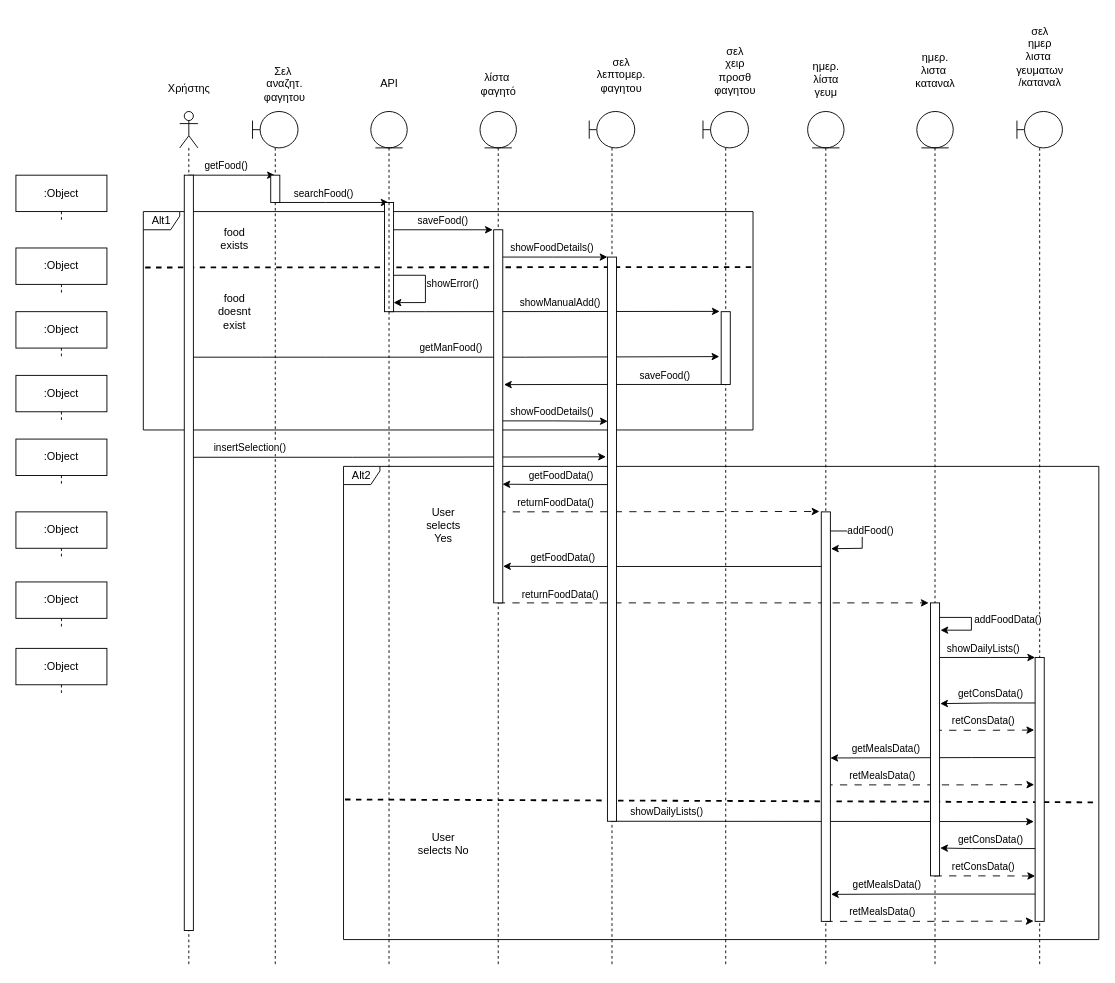
Before: ΠΕΜΠΤΟ ΠΑΡΑΔΟΤΕΟ/ΔΙΟΡΘΩΣΕΙΣ ΠΡΟΗΓΟΥΜΕΝΩΝ ΠΑΡΑΔΟΤΕΩΝ/Sequence-diagrams-v0.2/sd_αναζήτηση_προσθήκη_φαγητού.drawio in Dionkaps/Eu-Zin, a draw.io diagram. Source tidied: cells renumbered, new cells numbered last; positions are measured from the earlier drawing's top-left corner, leaving out a move shared by most shapes. Both pictures are drawn from the tidied source at 91%, with x=0, y=0 at pixel (15, 15).
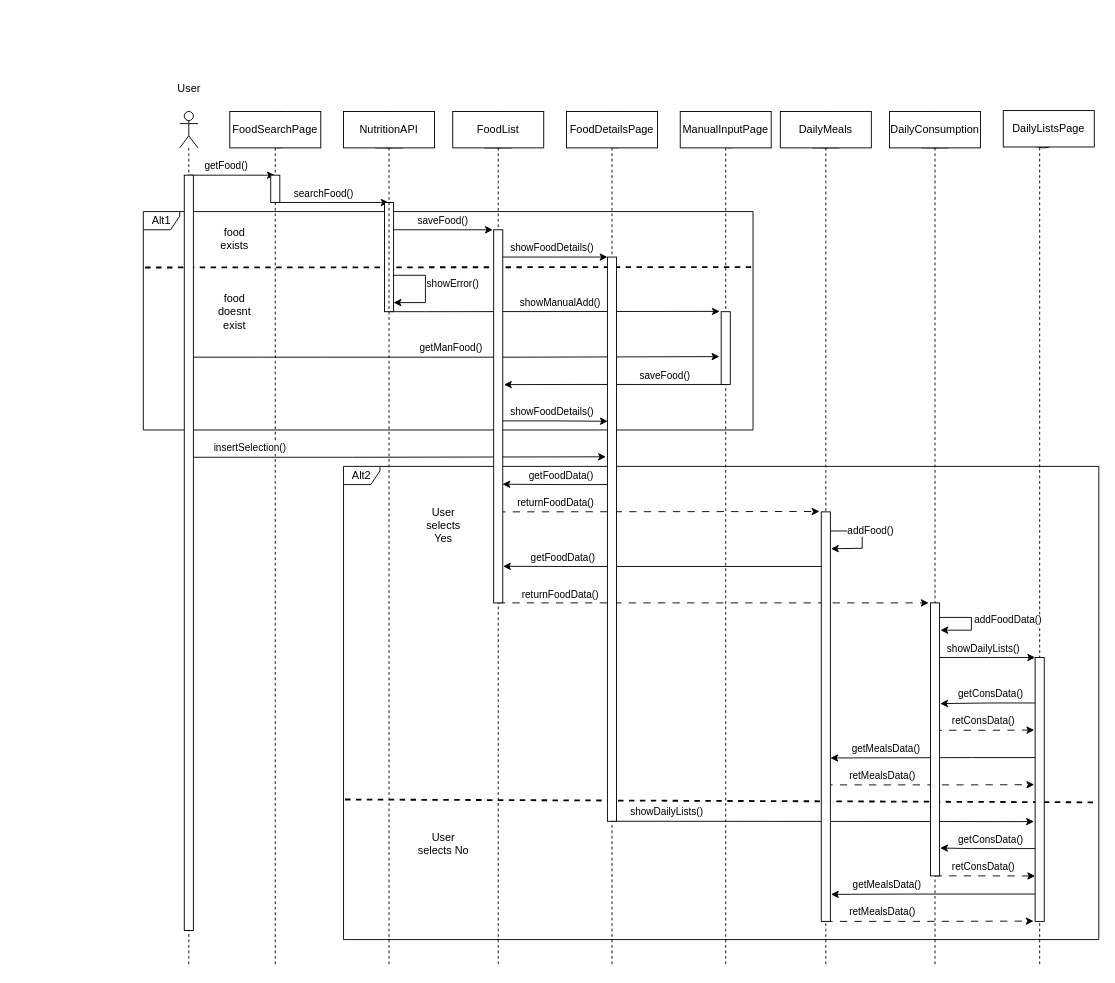
After the change.

Diff of the diagram source:
```diff
@@
-    <mxCell id="12" value="Σελ&amp;nbsp;&lt;br&gt;αναζητ.&lt;br&gt;φαγητου" style="text;html=1;align=center;verticalAlign=middle;strokeColor=none;fillColor=none;" parent="1" vertex="1">
-      <mxGeometry x="260" y="45" width="70" height="60" as="geometry" />
-    </mxCell>
-    <mxCell id="13" value="API" style="text;html=1;align=center;verticalAlign=middle;strokeColor=none;fillColor=none;" parent="1" vertex="1">
-      <mxGeometry x="390" y="60" width="40" height="30" as="geometry" />
-    </mxCell>
-    <mxCell id="14" value="λίστα&amp;nbsp;&lt;br&gt;φαγητό" style="text;html=1;align=center;verticalAlign=middle;strokeColor=none;fillColor=none;" parent="1" vertex="1">
-      <mxGeometry x="500" y="55" width="60" height="40" as="geometry" />
-    </mxCell>
-    <mxCell id="15" value="σελ&lt;br&gt;λεπτομερ.&lt;br&gt;φαγητου" style="text;html=1;align=center;verticalAlign=middle;strokeColor=none;fillColor=none;" parent="1" vertex="1">
-      <mxGeometry x="625" y="35" width="80" height="60" as="geometry" />
-    </mxCell>
-    <mxCell id="16" value="σελ&lt;br&gt;χειρ&lt;br&gt;προσθ&lt;br&gt;φαγητου" style="text;html=1;align=center;verticalAlign=middle;strokeColor=none;fillColor=none;" parent="1" vertex="1">
-      <mxGeometry x="755" y="25" width="70" height="70" as="geometry" />
-    </mxCell>
-    <mxCell id="17" value="ημερ.&lt;br&gt;λίστα&lt;br&gt;γευμ" style="text;html=1;align=center;verticalAlign=middle;strokeColor=none;fillColor=none;" parent="1" vertex="1">
-      <mxGeometry x="865" y="40" width="50" height="60" as="geometry" />
-    </mxCell>
-    <mxCell id="18" value="ημερ.&lt;br&gt;λιστα&amp;nbsp;&lt;br&gt;καταναλ" style="text;html=1;align=center;verticalAlign=middle;strokeColor=none;fillColor=none;" parent="1" vertex="1">
-      <mxGeometry x="975" y="30" width="70" height="60" as="geometry" />
-    </mxCell>
-    <mxCell id="19" value="σελ&lt;br&gt;ημερ&lt;br&gt;λιστα&amp;nbsp;&lt;br&gt;γευματων&lt;br&gt;/καταναλ" style="text;html=1;align=center;verticalAlign=middle;strokeColor=none;fillColor=none;" parent="1" vertex="1">
-      <mxGeometry x="1085" width="80" height="90" as="geometry" />
-    </mxCell>
@@
-    <mxCell id="63" value=":Object" style="shape=umlLifeline;perimeter=lifelinePerimeter;whiteSpace=wrap;html=1;" parent="1" vertex="1">
-      <mxGeometry y="395" width="100" height="50" as="geometry" />
-    </mxCell>
-    <mxCell id="64" value=":Object" style="shape=umlLifeline;perimeter=lifelinePerimeter;whiteSpace=wrap;html=1;" parent="1" vertex="1">
-      <mxGeometry y="465" width="100" height="50" as="geometry" />
-    </mxCell>
-    <mxCell id="65" value=":Object" style="shape=umlLifeline;perimeter=lifelinePerimeter;whiteSpace=wrap;html=1;" parent="1" vertex="1">
-      <mxGeometry y="545" width="100" height="50" as="geometry" />
-    </mxCell>
-    <mxCell id="66" value=":Object" style="shape=umlLifeline;perimeter=lifelinePerimeter;whiteSpace=wrap;html=1;" parent="1" vertex="1">
-      <mxGeometry y="622" width="100" height="50" as="geometry" />
-    </mxCell>
-    <mxCell id="67" value=":Object" style="shape=umlLifeline;perimeter=lifelinePerimeter;whiteSpace=wrap;html=1;" parent="1" vertex="1">
-      <mxGeometry y="695" width="100" height="50" as="geometry" />
-    </mxCell>
-    <mxCell id="68" value=":Object" style="shape=umlLifeline;perimeter=lifelinePerimeter;whiteSpace=wrap;html=1;" parent="1" vertex="1">
-      <mxGeometry y="175" width="100" height="50" as="geometry" />
-    </mxCell>
-    <mxCell id="69" value=":Object" style="shape=umlLifeline;perimeter=lifelinePerimeter;whiteSpace=wrap;html=1;" parent="1" vertex="1">
-      <mxGeometry y="255" width="100" height="50" as="geometry" />
-    </mxCell>
-    <mxCell id="70" value=":Object" style="shape=umlLifeline;perimeter=lifelinePerimeter;whiteSpace=wrap;html=1;" parent="1" vertex="1">
-      <mxGeometry y="325" width="100" height="50" as="geometry" />
-    </mxCell>
-    <mxCell id="71" value="Χρήστης" style="text;html=1;align=center;verticalAlign=middle;strokeColor=none;fillColor=none;" parent="1" vertex="1">
-      <mxGeometry x="155" y="65" width="70" height="30" as="geometry" />
+    <mxCell id="71" value="User" style="text;html=1;align=center;verticalAlign=middle;strokeColor=none;fillColor=none;" parent="1" vertex="1">
+      <mxGeometry x="165" y="65" width="50" height="30" as="geometry" />
     </mxCell>
+    <mxCell id="72" value="FoodSearchPage" style="rounded=0;whiteSpace=wrap;html=1;" parent="1" vertex="1">
+      <mxGeometry x="235" y="105" width="100" height="40" as="geometry" />
+    </mxCell>
+    <mxCell id="73" value="NutritionAPI" style="rounded=0;whiteSpace=wrap;html=1;" parent="1" vertex="1">
+      <mxGeometry x="360" y="105" width="100" height="40" as="geometry" />
+    </mxCell>
+    <mxCell id="74" value="FoodList" style="rounded=0;whiteSpace=wrap;html=1;" parent="1" vertex="1">
+      <mxGeometry x="480" y="105" width="100" height="40" as="geometry" />
+    </mxCell>
+    <mxCell id="75" value="FoodDetailsPage" style="rounded=0;whiteSpace=wrap;html=1;" parent="1" vertex="1">
+      <mxGeometry x="605" y="105" width="100" height="40" as="geometry" />
+    </mxCell>
+    <mxCell id="76" value="ManualInputPage" style="rounded=0;whiteSpace=wrap;html=1;" parent="1" vertex="1">
+      <mxGeometry x="730" y="105" width="100" height="40" as="geometry" />
+    </mxCell>
+    <mxCell id="77" value="DailyMeals" style="rounded=0;whiteSpace=wrap;html=1;" parent="1" vertex="1">
+      <mxGeometry x="840" y="105" width="100" height="40" as="geometry" />
+    </mxCell>
+    <mxCell id="78" value="DailyConsumption" style="rounded=0;whiteSpace=wrap;html=1;" parent="1" vertex="1">
+      <mxGeometry x="960" y="105" width="100" height="40" as="geometry" />
+    </mxCell>
+    <mxCell id="79" value="DailyListsPage" style="rounded=0;whiteSpace=wrap;html=1;" parent="1" vertex="1">
+      <mxGeometry x="1085" y="104" width="100" height="40" as="geometry" />
+    </mxCell>
```
